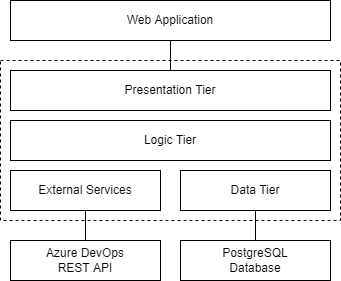
This is design/backend-architecture.png from gldnpz17/skripsi-app, a draw.io export, as it was before one commit. Source tidied: cells renumbered, new cells last; positions are measured from the earlier drawing's top-left corner, leaving out a move shared by most shapes.
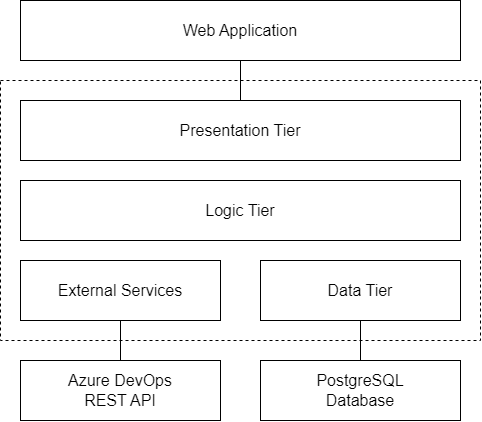
After the commit.

Diff of the diagram source:
```diff
@@ -3,28 +3,28 @@
     <mxCell id="0" />
     <mxCell id="1" parent="0" />
     <mxCell id="2" style="rounded=0;whiteSpace=wrap;html=1;dashed=1;" parent="1" vertex="1">
-      <mxGeometry y="60" width="340" height="160" as="geometry" />
+      <mxGeometry x="-50" y="30" width="480" height="260" as="geometry" />
     </mxCell>
-    <mxCell id="3" value="Presentation Tier" style="rounded=0;whiteSpace=wrap;html=1;" parent="1" vertex="1">
-      <mxGeometry x="10" y="70" width="320" height="40" as="geometry" />
+    <mxCell id="3" value="Presentation Tier" style="rounded=0;whiteSpace=wrap;html=1;fontSize=16;" parent="1" vertex="1">
+      <mxGeometry x="-30" y="50" width="440" height="60" as="geometry" />
     </mxCell>
-    <mxCell id="4" value="Logic Tier" style="rounded=0;whiteSpace=wrap;html=1;" parent="1" vertex="1">
-      <mxGeometry x="10" y="120" width="320" height="40" as="geometry" />
+    <mxCell id="4" value="Logic Tier" style="rounded=0;whiteSpace=wrap;html=1;fontSize=16;" parent="1" vertex="1">
+      <mxGeometry x="-30" y="130" width="440" height="60" as="geometry" />
     </mxCell>
-    <mxCell id="5" value="External Services" style="rounded=0;whiteSpace=wrap;html=1;" parent="1" vertex="1">
-      <mxGeometry x="10" y="170" width="150" height="40" as="geometry" />
+    <mxCell id="5" value="External Services" style="rounded=0;whiteSpace=wrap;html=1;fontSize=16;" parent="1" vertex="1">
+      <mxGeometry x="-30" y="210" width="200" height="60" as="geometry" />
     </mxCell>
-    <mxCell id="6" value="Data Tier" style="rounded=0;whiteSpace=wrap;html=1;" parent="1" vertex="1">
-      <mxGeometry x="180" y="170" width="150" height="40" as="geometry" />
+    <mxCell id="6" value="Data Tier" style="rounded=0;whiteSpace=wrap;html=1;fontSize=16;" parent="1" vertex="1">
+      <mxGeometry x="210" y="210" width="200" height="60" as="geometry" />
     </mxCell>
-    <mxCell id="7" value="Azure DevOps&lt;br&gt;REST API" style="rounded=0;whiteSpace=wrap;html=1;" parent="1" vertex="1">
-      <mxGeometry x="10" y="240" width="150" height="40" as="geometry" />
+    <mxCell id="7" value="Azure DevOps&lt;br style=&quot;font-size: 16px;&quot;&gt;REST API" style="rounded=0;whiteSpace=wrap;html=1;fontSize=16;" parent="1" vertex="1">
+      <mxGeometry x="-30" y="310" width="200" height="60" as="geometry" />
     </mxCell>
-    <mxCell id="8" value="PostgreSQL&lt;br&gt;Database" style="rounded=0;whiteSpace=wrap;html=1;" parent="1" vertex="1">
-      <mxGeometry x="180" y="240" width="150" height="40" as="geometry" />
+    <mxCell id="8" value="PostgreSQL&lt;br style=&quot;font-size: 16px;&quot;&gt;Database" style="rounded=0;whiteSpace=wrap;html=1;fontSize=16;" parent="1" vertex="1">
+      <mxGeometry x="210" y="310" width="200" height="60" as="geometry" />
     </mxCell>
-    <mxCell id="9" value="Web Application" style="rounded=0;whiteSpace=wrap;html=1;" parent="1" vertex="1">
-      <mxGeometry x="10" width="320" height="40" as="geometry" />
+    <mxCell id="9" value="Web Application" style="rounded=0;whiteSpace=wrap;html=1;fontSize=16;" parent="1" vertex="1">
+      <mxGeometry x="-30" y="-50" width="440" height="60" as="geometry" />
     </mxCell>
     <mxCell id="10" style="endArrow=none;html=1;exitX=0.5;exitY=1;exitDx=0;exitDy=0;entryX=0.5;entryY=0;entryDx=0;entryDy=0;" parent="1" edge="1" source="5" target="7">
       <mxGeometry relative="1" as="geometry" />
```
